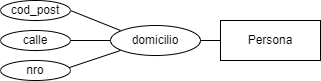
franchin98/Diagramas keeps this draw.io diagram as Biblioteca-segunda forma.png. Above is the earlier version. Source tidied: cells renumbered, new cells last; positions are measured from the earlier drawing's top-left corner, leaving out a move shared by most shapes.
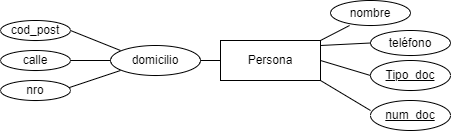
After the commit.

Change to the diagram source:
```diff
@@ -39,5 +39,38 @@
     <mxCell id="10" value="cod_post" style="ellipse;whiteSpace=wrap;html=1;align=center;" parent="1" vertex="1">
       <mxGeometry width="70" height="20" as="geometry" />
     </mxCell>
+    <mxCell id="11" value="nombre" style="ellipse;whiteSpace=wrap;html=1;align=center;" parent="1" vertex="1">
+      <mxGeometry x="330" y="-20" width="80" height="25" as="geometry" />
+    </mxCell>
+    <mxCell id="12" value="teléfono" style="ellipse;whiteSpace=wrap;html=1;align=center;" parent="1" vertex="1">
+      <mxGeometry x="370" y="10" width="80" height="25" as="geometry" />
+    </mxCell>
+    <mxCell id="13" value="Tipo_doc" style="ellipse;whiteSpace=wrap;html=1;align=center;fontStyle=4;" parent="1" vertex="1">
+      <mxGeometry x="370" y="40" width="80" height="30" as="geometry" />
+    </mxCell>
+    <mxCell id="14" value="num_doc" style="ellipse;whiteSpace=wrap;html=1;align=center;fontStyle=4;" parent="1" vertex="1">
+      <mxGeometry x="370" y="80" width="80" height="30" as="geometry" />
+    </mxCell>
+    <mxCell id="15" style="endArrow=none;html=1;rounded=0;" parent="1" edge="1">
+      <mxGeometry relative="1" as="geometry">
+        <mxPoint x="370" y="90" as="sourcePoint" />
+        <mxPoint x="320" y="60" as="targetPoint" />
+      </mxGeometry>
+    </mxCell>
+    <mxCell id="16" style="endArrow=none;html=1;rounded=0;exitX=0;exitY=0.5;exitDx=0;exitDy=0;" parent="1" edge="1" source="13">
+      <mxGeometry relative="1" as="geometry">
+        <mxPoint x="320" y="40" as="targetPoint" />
+      </mxGeometry>
+    </mxCell>
+    <mxCell id="17" style="endArrow=none;html=1;rounded=0;exitX=0;exitY=0.5;exitDx=0;exitDy=0;" parent="1" edge="1" source="12">
+      <mxGeometry relative="1" as="geometry">
+        <mxPoint x="320" y="25" as="targetPoint" />
+      </mxGeometry>
+    </mxCell>
+    <mxCell id="18" style="endArrow=none;html=1;rounded=0;exitX=0.238;exitY=1;exitDx=0;exitDy=0;exitPerimeter=0;" parent="1" edge="1" source="11">
+      <mxGeometry relative="1" as="geometry">
+        <mxPoint x="320" y="20" as="targetPoint" />
+      </mxGeometry>
+    </mxCell>
   </root>
 </mxGraphModel>
```
